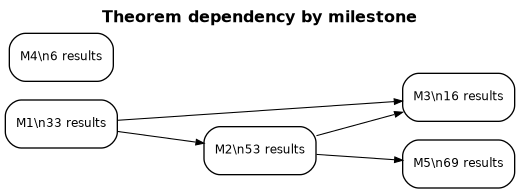
The Graphviz diagram graphs/dependency-overview.png in bisimulationn/lambda-sub, before a commit. Its source is kept beside it as graphs/dependency-overview.dot.
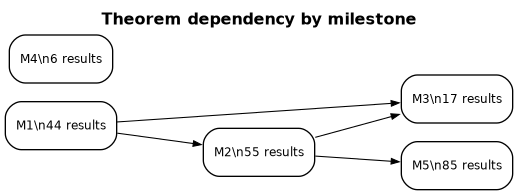
Later version of the same file.

Change to the diagram source:
```diff
@@ -8,11 +8,11 @@
   node [fontname=Inter, fontsize=9];
   edge [fontname=Inter, fontsize=8, color="#000000", fontcolor="#000000", arrowsize=0.6, penwidth=0.8];
   graph [fontname=Inter, fontsize=12, labelloc=t, fontcolor="#000000", label=<<B>Theorem dependency by milestone</B>>];
-  M1 [label="M1\\n33 results", shape=box, style="rounded,filled", fillcolor="#ffffff", color="#000000", fontcolor="#000000"];
-  M2 [label="M2\\n53 results", shape=box, style="rounded,filled", fillcolor="#ffffff", color="#000000", fontcolor="#000000"];
-  M3 [label="M3\\n16 results", shape=box, style="rounded,filled", fillcolor="#ffffff", color="#000000", fontcolor="#000000"];
+  M1 [label="M1\\n44 results", shape=box, style="rounded,filled", fillcolor="#ffffff", color="#000000", fontcolor="#000000"];
+  M2 [label="M2\\n55 results", shape=box, style="rounded,filled", fillcolor="#ffffff", color="#000000", fontcolor="#000000"];
+  M3 [label="M3\\n17 results", shape=box, style="rounded,filled", fillcolor="#ffffff", color="#000000", fontcolor="#000000"];
   M4 [label="M4\\n6 results", shape=box, style="rounded,filled", fillcolor="#ffffff", color="#000000", fontcolor="#000000"];
-  M5 [label="M5\\n69 results", shape=box, style="rounded,filled", fillcolor="#ffffff", color="#000000", fontcolor="#000000"];
+  M5 [label="M5\\n85 results", shape=box, style="rounded,filled", fillcolor="#ffffff", color="#000000", fontcolor="#000000"];
   M1 -> M2;
   M1 -> M3;
   M2 -> M3;
```
